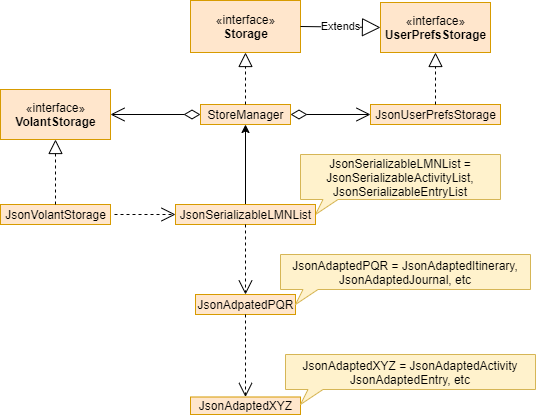
grrrrnt/main keeps this draw.io diagram as images/StorageClassDiagram.png. Above is the earlier version. Source tidied: cells renumbered, new cells last; positions are measured from the earlier drawing's top-left corner, leaving out a move shared by most shapes.
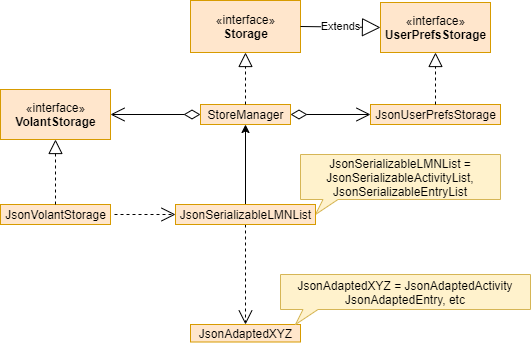
The same file after the commit.

The edit, as a diff of the source:
```diff
@@ -41,9 +41,6 @@
         <mxPoint x="234" y="214" as="targetPoint" />
       </mxGeometry>
     </mxCell>
-    <mxCell id="12" value="JsonAdpatedPQR" style="html=1;fillColor=#ffe6cc;strokeColor=#d79b00;" parent="1" vertex="1">
-      <mxGeometry x="195" y="294" width="100" height="20" as="geometry" />
-    </mxCell>
     <mxCell id="13" value="JsonUserPrefsStorage" style="html=1;fillColor=#ffe6cc;strokeColor=#d79b00;" parent="1" vertex="1">
       <mxGeometry x="370" y="104" width="130" height="20" as="geometry" />
     </mxCell>
@@ -52,17 +49,14 @@
         <mxPoint x="435" y="104" as="sourcePoint" />
       </mxGeometry>
     </mxCell>
-    <mxCell id="15" value="Use" style="endArrow=open;endSize=12;dashed=1;html=1;strokeWidth=1;entryX=0.5;entryY=0;entryDx=0;entryDy=0;exitX=0.5;exitY=1;exitDx=0;exitDy=0;fontColor=#FFFFFF;" parent="1" edge="1" source="12" target="16">
+    <mxCell id="15" value="Use" style="endArrow=open;endSize=12;dashed=1;html=1;strokeWidth=1;entryX=0.5;entryY=0;entryDx=0;entryDy=0;exitX=0.5;exitY=1;exitDx=0;exitDy=0;fontColor=#FFFFFF;" parent="1" edge="1" source="23" target="16">
       <mxGeometry x="-0.76" y="-125" relative="1" as="geometry" />
     </mxCell>
     <mxCell id="16" value="JsonAdaptedXYZ" style="html=1;fillColor=#ffe6cc;strokeColor=#d79b00;" parent="1" vertex="1">
-      <mxGeometry x="190" y="396.5" width="110" height="17.5" as="geometry" />
+      <mxGeometry x="190" y="324" width="110" height="17.5" as="geometry" />
     </mxCell>
-    <mxCell id="17" value="JsonAdaptedPQR = JsonAdaptedItinerary, JsonAdaptedJournal, etc" style="whiteSpace=wrap;html=1;shape=mxgraph.basic.rectCallout;dx=30;dy=15;boundedLbl=1;fillColor=#fff2cc;strokeColor=#d6b656;" parent="1" vertex="1">
-      <mxGeometry x="280" y="254" width="250" height="50" as="geometry" />
-    </mxCell>
     <mxCell id="18" value="JsonAdaptedXYZ = JsonAdaptedActivity JsonAdaptedEntry, etc" style="whiteSpace=wrap;html=1;shape=mxgraph.basic.rectCallout;dx=30;dy=15;boundedLbl=1;fillColor=#fff2cc;strokeColor=#d6b656;" parent="1" vertex="1">
-      <mxGeometry x="285" y="354" width="250" height="50" as="geometry" />
+      <mxGeometry x="280" y="274" width="250" height="50" as="geometry" />
     </mxCell>
     <mxCell id="19" value="JsonSerializableLMNList = JsonSerializableActivityList, JsonSerializableEntryList" style="whiteSpace=wrap;html=1;shape=mxgraph.basic.rectCallout;dx=30;dy=15;boundedLbl=1;fillColor=#fff2cc;strokeColor=#d6b656;" parent="1" vertex="1">
       <mxGeometry x="300" y="154" width="200" height="60" as="geometry" />
@@ -86,8 +80,5 @@
         <mxPoint x="114" y="214" as="sourcePoint" />
       </mxGeometry>
     </mxCell>
-    <mxCell id="25" value="Use" style="endArrow=open;endSize=12;dashed=1;html=1;strokeWidth=1;entryX=0.5;entryY=0;entryDx=0;entryDy=0;exitX=0.5;exitY=1;exitDx=0;exitDy=0;fontColor=#FFFFFF;" parent="1" edge="1" source="23" target="12">
-      <mxGeometry x="-0.43" y="-45" relative="1" as="geometry" />
-    </mxCell>
   </root>
 </mxGraphModel>
```
